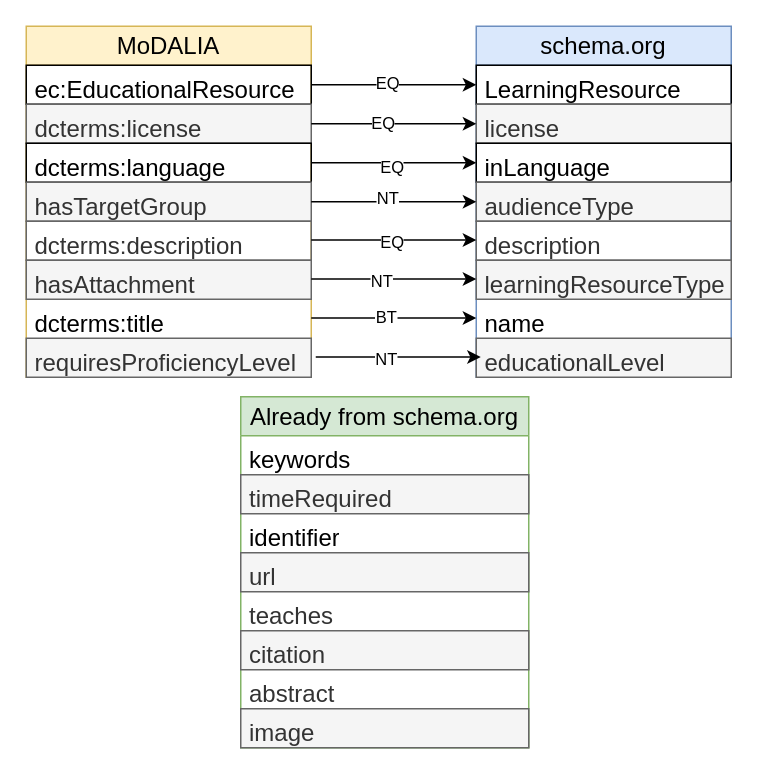
This is visualisations/crosswalk2schema.drawio from data-literacy-alliance/dalia-ontology, a draw.io file, before an edit. Source tidied: cells renumbered, new cells numbered last; positions are measured from the earlier drawing's top-left corner, leaving out a move shared by most shapes. Both pictures are drawn from the tidied source at 150%, with x=0, y=0 at pixel (26, 26).
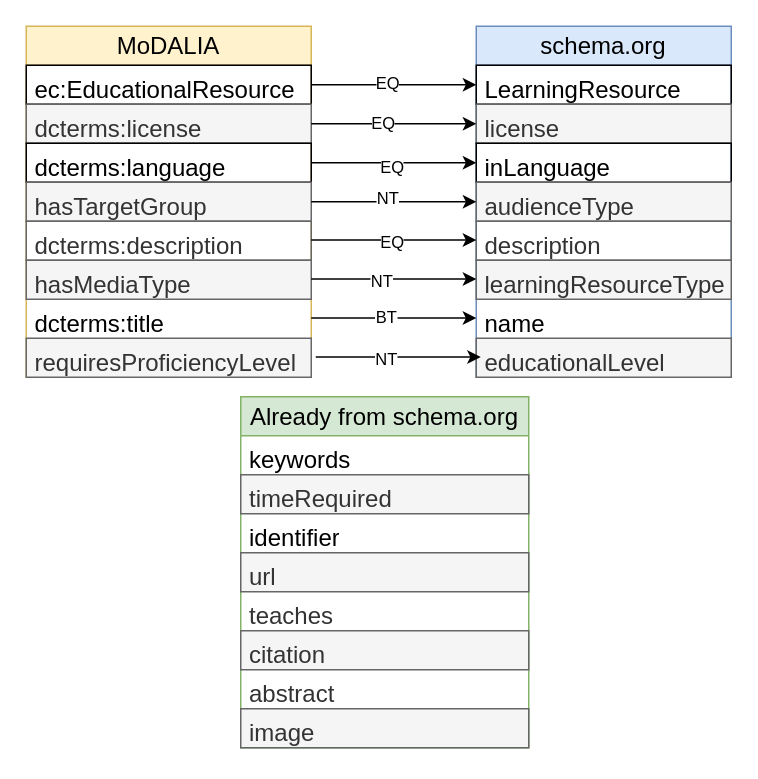
After the change.

Unchanged cells that the change refers to:
```xml
<mxCell id="2" value="MoDALIA" style="swimlane;fontStyle=0;horizontal=1;startSize=26;fillColor=#fff2cc;whiteSpace=wrap;html=1;strokeColor=#d6b656;fontSize=16;" parent="1" vertex="1">
  <mxGeometry width="190" height="234" as="geometry" />
</mxCell>
```

Change to the diagram source:
```diff
@@
-    <mxCell id="8" value="hasAttachment" style="text;strokeColor=#666666;fillColor=#f5f5f5;align=left;verticalAlign=top;spacingLeft=4;spacingRight=4;overflow=hidden;whiteSpace=wrap;html=1;fontColor=#333333;fontSize=16;" parent="2" vertex="1">
+    <mxCell id="8" value="hasMediaType" style="text;strokeColor=#666666;fillColor=#f5f5f5;align=left;verticalAlign=top;spacingLeft=4;spacingRight=4;overflow=hidden;whiteSpace=wrap;html=1;fontColor=#333333;fontSize=16;" parent="2" vertex="1">
       <mxGeometry y="156" width="190" height="26" as="geometry" />
     </mxCell>
```
